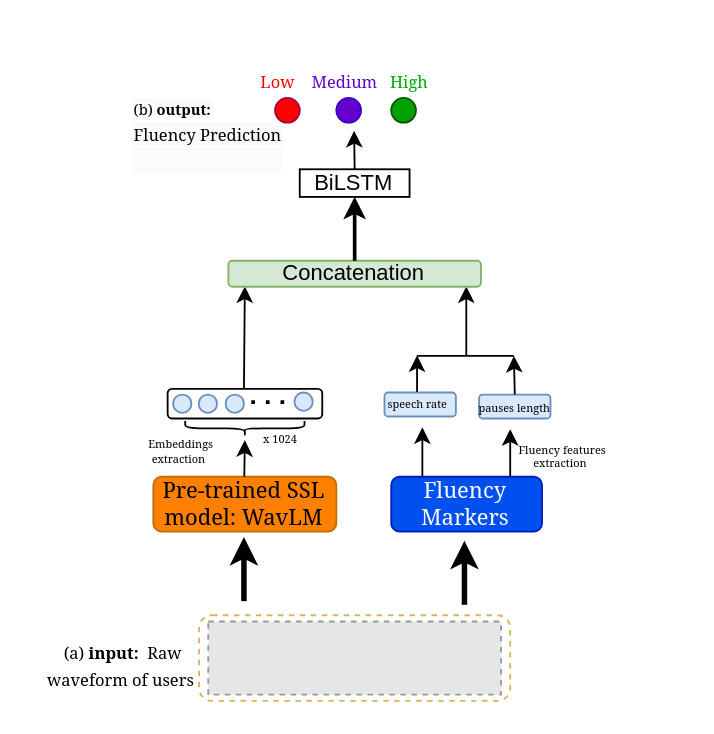
The draw.io diagram page "E2E-fluency-Journal" (2 of 3) of End-2-End-Fluency-sslmodel.drawio in papasega/Applied-Deep-Learning, before the edit. Source tidied: cells renumbered, new cells numbered last; positions are measured from the earlier drawing's top-left corner, leaving out a move shared by most shapes. Both pictures are drawn from the tidied source at 183%, with x=0, y=0 at pixel (31, 57). Pictures stored in the file or linked from it are replaced by grey dashed boxes.
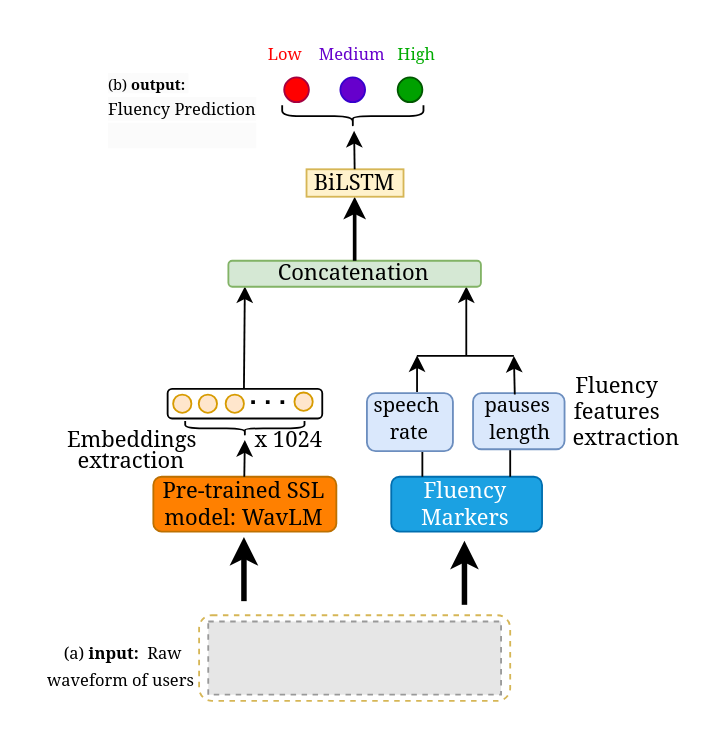
The same diagram, later.

Commit message (it also covers changes not shown here):
Mettre à jour End-2-End-Fluency-sslmodel.drawio

Diff of the diagram source:
```diff
@@
     <mxCell id="6" style="ellipse;whiteSpace=wrap;html=1;fillColor=#FF0000;strokeColor=#A50040;fontColor=#ffffff;" parent="1" vertex="1">
-      <mxGeometry x="132.8" y="22" width="13.5" height="13.5" as="geometry" />
+      <mxGeometry x="137.8" y="10.8" width="13.5" height="13.5" as="geometry" />
     </mxCell>
     <mxCell id="7" value="&lt;font style=&quot;font-size: 9px; font-family: Georgia; background-color: initial;&quot; color=&quot;#ff0000&quot;&gt;Low&amp;nbsp; &amp;nbsp;&lt;/font&gt;&lt;span style=&quot;font-size: 9px; font-family: Georgia; background-color: initial;&quot;&gt; &lt;/span&gt;&lt;font style=&quot;font-size: 9px; font-family: Georgia; background-color: initial;&quot; color=&quot;#6600cc&quot;&gt;Medium&amp;nbsp;&amp;nbsp;&lt;/font&gt;&lt;span style=&quot;font-size: 9px; font-family: Georgia; background-color: initial;&quot;&gt; &lt;/span&gt;&lt;font style=&quot;font-size: 9px; font-family: Georgia; background-color: initial;&quot; color=&quot;#00ab00&quot;&gt;High&lt;/font&gt;" style="text;html=1;align=center;verticalAlign=middle;whiteSpace=wrap;rounded=0;" parent="1" vertex="1">
-      <mxGeometry x="120.3" width="102" height="25.5" as="geometry" />
+      <mxGeometry x="123.7" y="-14.8" width="102" height="25.5" as="geometry" />
     </mxCell>
-    <mxCell id="8" value="&lt;font face=&quot;Georgia&quot; style=&quot;font-size: 12px;&quot;&gt;Pre-trained SSL model:&amp;nbsp;&lt;/font&gt;&lt;span style=&quot;font-family: Georgia; background-color: initial;&quot;&gt;WavLM&lt;/span&gt;" style="rounded=1;whiteSpace=wrap;html=1;fillColor=#FF8000;strokeColor=#BD7000;fontColor=#000000;rotation=0;" parent="1" vertex="1">
+    <mxCell id="8" value="&lt;font face=&quot;Georgia&quot;&gt;&lt;font style=&quot;font-size: 12px;&quot;&gt;Pre-trained SSL model:&amp;nbsp;&lt;/font&gt;&lt;span style=&quot;background-color: initial;&quot;&gt;WavLM&lt;/span&gt;&lt;/font&gt;" style="rounded=1;whiteSpace=wrap;html=1;fillColor=#FF8000;strokeColor=#BD7000;fontColor=#000000;rotation=0;" parent="1" vertex="1">
       <mxGeometry x="66.3" y="229" width="100" height="30" as="geometry" />
     </mxCell>
@@
-    <mxCell id="10" value="&lt;font face=&quot;Georgia&quot; style=&quot;font-size: 12px;&quot;&gt;Fluency Markers&lt;/font&gt;" style="rounded=1;whiteSpace=wrap;html=1;fillColor=#0050ef;strokeColor=#001DBC;rotation=0;fontColor=#ffffff;" parent="1" vertex="1">
+    <mxCell id="10" value="&lt;font face=&quot;Georgia&quot; style=&quot;font-size: 12px;&quot;&gt;Fluency Markers&lt;/font&gt;" style="rounded=1;whiteSpace=wrap;html=1;fillColor=#1ba1e2;strokeColor=#006EAF;rotation=0;fontColor=#ffffff;" parent="1" vertex="1">
       <mxGeometry x="196.3" y="229" width="82.4" height="30" as="geometry" />
     </mxCell>
@@
-    <mxCell id="13" style="ellipse;whiteSpace=wrap;html=1;fillColor=#dae8fc;strokeColor=#6c8ebf;" parent="1" vertex="1">
+    <mxCell id="13" style="ellipse;whiteSpace=wrap;html=1;fillColor=#ffe6cc;strokeColor=#d79b00;" parent="1" vertex="1">
       <mxGeometry x="143.4" y="183" width="10" height="10" as="geometry" />
     </mxCell>
-    <mxCell id="14" style="ellipse;whiteSpace=wrap;html=1;fillColor=#dae8fc;strokeColor=#6c8ebf;" parent="1" vertex="1">
+    <mxCell id="14" style="ellipse;whiteSpace=wrap;html=1;fillColor=#ffe6cc;strokeColor=#d79b00;" parent="1" vertex="1">
       <mxGeometry x="105.8" y="184.1" width="10" height="10" as="geometry" />
     </mxCell>
-    <mxCell id="15" style="ellipse;whiteSpace=wrap;html=1;fillColor=#dae8fc;strokeColor=#6c8ebf;" parent="1" vertex="1">
+    <mxCell id="15" style="ellipse;whiteSpace=wrap;html=1;fillColor=#ffe6cc;strokeColor=#d79b00;" parent="1" vertex="1">
       <mxGeometry x="91.1" y="184.1" width="10" height="10" as="geometry" />
     </mxCell>
@@
-    <mxCell id="17" style="ellipse;whiteSpace=wrap;html=1;fillColor=#dae8fc;strokeColor=#6c8ebf;" parent="1" vertex="1">
+    <mxCell id="17" style="ellipse;whiteSpace=wrap;html=1;fillColor=#ffe6cc;strokeColor=#d79b00;" parent="1" vertex="1">
       <mxGeometry x="77.1" y="184.1" width="10" height="10" as="geometry" />
     </mxCell>
-    <mxCell id="18" value="&lt;font style=&quot;font-size: 6px;&quot;&gt;&lt;font style=&quot;&quot; face=&quot;Georgia&quot;&gt;Embeddings&amp;nbsp;&lt;br&gt;&lt;/font&gt;&lt;br&gt;&lt;/font&gt;" style="text;html=1;align=center;verticalAlign=middle;whiteSpace=wrap;rounded=0;" parent="1" vertex="1">
-      <mxGeometry x="61.6" y="214" width="40.9" height="6" as="geometry" />
+    <mxCell id="18" value="&lt;font style=&quot;&quot;&gt;&lt;font style=&quot;font-size: 12px;&quot; face=&quot;Georgia&quot;&gt;Embeddings&amp;nbsp;&lt;br&gt;&lt;/font&gt;&lt;br&gt;&lt;/font&gt;" style="text;html=1;align=center;verticalAlign=middle;whiteSpace=wrap;rounded=0;" parent="1" vertex="1">
+      <mxGeometry x="36.2" y="213" width="40.9" height="6" as="geometry" />
     </mxCell>
@@
     <mxCell id="20" style="rounded=1;whiteSpace=wrap;html=1;rotation=0;fillColor=#dae8fc;strokeColor=#6c8ebf;" parent="1" vertex="1">
-      <mxGeometry x="192.6" y="183" width="39" height="13.1" as="geometry" />
+      <mxGeometry x="183" y="183.3" width="47" height="31.7" as="geometry" />
     </mxCell>
@@
-    <mxCell id="22" value="&lt;font style=&quot;font-size: 6px;&quot; face=&quot;Georgia&quot;&gt;x 1024&lt;/font&gt;" style="text;html=1;align=center;verticalAlign=middle;whiteSpace=wrap;rounded=0;" parent="1" vertex="1">
-      <mxGeometry x="124.3" y="201.5" width="24" height="11.5" as="geometry" />
+    <mxCell id="22" value="&lt;font style=&quot;font-size: 12px;&quot; face=&quot;Georgia&quot;&gt;x 1024&lt;/font&gt;" style="text;html=1;align=center;verticalAlign=middle;whiteSpace=wrap;rounded=0;" parent="1" vertex="1">
+      <mxGeometry x="120.3" y="203" width="40.7" height="11.5" as="geometry" />
     </mxCell>
-    <mxCell id="23" value="&lt;font style=&quot;font-size: 6px;&quot; face=&quot;Georgia&quot;&gt;speech rate&lt;/font&gt;" style="text;html=1;align=center;verticalAlign=middle;whiteSpace=wrap;rounded=0;" parent="1" vertex="1">
-      <mxGeometry x="189.6" y="182.7" width="42" height="10.3" as="geometry" />
+    <mxCell id="23" value="&lt;font style=&quot;font-size: 11px;&quot; face=&quot;Georgia&quot;&gt;speech&amp;nbsp;&lt;/font&gt;&lt;div&gt;&lt;font style=&quot;font-size: 11px;&quot; face=&quot;Georgia&quot;&gt;rate&lt;/font&gt;&lt;/div&gt;" style="text;html=1;align=center;verticalAlign=middle;whiteSpace=wrap;rounded=0;" parent="1" vertex="1">
+      <mxGeometry x="174.1" y="192" width="65" height="10.3" as="geometry" />
     </mxCell>
@@
     <mxCell id="25" style="rounded=1;whiteSpace=wrap;html=1;rotation=0;fillColor=#dae8fc;strokeColor=#6c8ebf;" parent="1" vertex="1">
-      <mxGeometry x="244.3" y="184.1" width="39" height="13.1" as="geometry" />
+      <mxGeometry x="241" y="183.3" width="50" height="30.7" as="geometry" />
     </mxCell>
-    <mxCell id="26" value="&lt;font style=&quot;font-size: 6px;&quot; face=&quot;Georgia&quot;&gt;pauses length&lt;/font&gt;" style="text;html=1;align=center;verticalAlign=middle;whiteSpace=wrap;rounded=0;" parent="1" vertex="1">
-      <mxGeometry x="242.8" y="184.4" width="42" height="10.3" as="geometry" />
+    <mxCell id="26" value="&lt;font style=&quot;font-size: 11px;&quot; face=&quot;Georgia&quot;&gt;pauses&amp;nbsp;&lt;/font&gt;&lt;div&gt;&lt;font style=&quot;font-size: 11px;&quot; face=&quot;Georgia&quot;&gt;length&lt;/font&gt;&lt;/div&gt;" style="text;html=1;align=center;verticalAlign=middle;whiteSpace=wrap;rounded=0;" parent="1" vertex="1">
+      <mxGeometry x="230.3" y="192" width="73.6" height="9.7" as="geometry" />
     </mxCell>
-    <mxCell id="27" value="&lt;font face=&quot;Georgia&quot; style=&quot;font-size: 6px;&quot;&gt;Fluency features&amp;nbsp;&lt;/font&gt;&lt;div&gt;&lt;br&gt;&lt;/div&gt;" style="text;html=1;align=center;verticalAlign=middle;whiteSpace=wrap;rounded=0;" parent="1" vertex="1">
-      <mxGeometry x="261.3" y="217" width="60.2" height="6" as="geometry" />
+    <mxCell id="27" value="&lt;font face=&quot;Georgia&quot; style=&quot;font-size: 12px;&quot;&gt;Fluency&amp;nbsp;&lt;/font&gt;&lt;div&gt;&lt;font face=&quot;Georgia&quot; style=&quot;font-size: 12px;&quot;&gt;features&amp;nbsp;&lt;/font&gt;&lt;div&gt;&lt;br&gt;&lt;/div&gt;&lt;/div&gt;" style="text;html=1;align=center;verticalAlign=middle;whiteSpace=wrap;rounded=0;rotation=0;" parent="1" vertex="1">
+      <mxGeometry x="286.6" y="183.3" width="69" height="22" as="geometry" />
     </mxCell>
-    <mxCell id="28" value="&lt;div&gt;&lt;font face=&quot;Georgia&quot;&gt;&lt;span style=&quot;font-size: 6px;&quot;&gt;extraction&lt;/span&gt;&lt;/font&gt;&lt;/div&gt;" style="text;html=1;align=center;verticalAlign=middle;whiteSpace=wrap;rounded=0;" parent="1" vertex="1">
-      <mxGeometry x="259.3" y="217" width="60.2" height="6" as="geometry" />
+    <mxCell id="28" value="&lt;div&gt;&lt;font style=&quot;font-size: 12px;&quot; face=&quot;Georgia&quot;&gt;extraction&lt;/font&gt;&lt;/div&gt;" style="text;html=1;align=center;verticalAlign=middle;whiteSpace=wrap;rounded=0;" parent="1" vertex="1">
+      <mxGeometry x="295.4" y="205.3" width="60.2" height="6" as="geometry" />
     </mxCell>
-    <mxCell id="29" value="&lt;div&gt;&lt;font face=&quot;Georgia&quot;&gt;&lt;span style=&quot;font-size: 6px;&quot;&gt;extraction&lt;/span&gt;&lt;/font&gt;&lt;/div&gt;" style="text;html=1;align=center;verticalAlign=middle;whiteSpace=wrap;rounded=0;" parent="1" vertex="1">
-      <mxGeometry x="61" y="215" width="39" height="5" as="geometry" />
+    <mxCell id="29" value="&lt;div&gt;&lt;font style=&quot;font-size: 12px;&quot; face=&quot;Georgia&quot;&gt;extraction&lt;/font&gt;&lt;/div&gt;" style="text;html=1;align=center;verticalAlign=middle;whiteSpace=wrap;rounded=0;" parent="1" vertex="1">
+      <mxGeometry x="35.1" y="218" width="39" height="5" as="geometry" />
     </mxCell>
@@
-    <mxCell id="35" value="Concatenation" style="rounded=1;whiteSpace=wrap;html=1;rotation=0;fillColor=#d5e8d4;strokeColor=#82b366;" parent="1" vertex="1">
+    <mxCell id="35" value="&lt;font face=&quot;Georgia&quot;&gt;Concatenation&lt;/font&gt;" style="rounded=1;whiteSpace=wrap;html=1;rotation=0;fillColor=#d5e8d4;strokeColor=#82b366;" parent="1" vertex="1">
       <mxGeometry x="107.3" y="111" width="138" height="14.2" as="geometry" />
     </mxCell>
@@
-    <mxCell id="37" value="BiLSTM" style="rounded=0;whiteSpace=wrap;html=1;" parent="1" vertex="1">
-      <mxGeometry x="146.3" y="61" width="60" height="15.1" as="geometry" />
+    <mxCell id="37" value="&lt;font face=&quot;Georgia&quot;&gt;BiLSTM&lt;/font&gt;" style="rounded=0;whiteSpace=wrap;html=1;fillColor=#fff2cc;strokeColor=#d6b656;" parent="1" vertex="1">
+      <mxGeometry x="150" y="61" width="53" height="15" as="geometry" />
     </mxCell>
@@
     <mxCell id="39" value="&lt;font style=&quot;font-size: 8px;&quot;&gt;&lt;font face=&quot;Georgia&quot; style=&quot;forced-color-adjust: none; color: rgb(0, 0, 0); font-style: normal; font-variant-ligatures: normal; font-variant-caps: normal; font-weight: 400; letter-spacing: normal; orphans: 2; text-align: center; text-indent: 0px; text-transform: none; widows: 2; word-spacing: 0px; -webkit-text-stroke-width: 0px; white-space: normal; background-color: rgb(251, 251, 251); text-decoration-thickness: initial; text-decoration-style: initial; text-decoration-color: initial;&quot;&gt;(b)&amp;nbsp;&lt;/font&gt;&lt;b style=&quot;forced-color-adjust: none; color: rgb(0, 0, 0); font-style: normal; font-variant-ligatures: normal; font-variant-caps: normal; letter-spacing: normal; orphans: 2; text-align: center; text-indent: 0px; text-transform: none; widows: 2; word-spacing: 0px; -webkit-text-stroke-width: 0px; white-space: normal; background-color: rgb(251, 251, 251); text-decoration-thickness: initial; text-decoration-style: initial; text-decoration-color: initial; font-family: Georgia;&quot;&gt;output:&lt;/b&gt;&lt;font face=&quot;Georgia&quot; style=&quot;forced-color-adjust: none; color: rgb(0, 0, 0); font-style: normal; font-variant-ligatures: normal; font-variant-caps: normal; font-weight: 400; letter-spacing: normal; orphans: 2; text-align: center; text-indent: 0px; text-transform: none; widows: 2; word-spacing: 0px; -webkit-text-stroke-width: 0px; white-space: normal; background-color: rgb(251, 251, 251); text-decoration-thickness: initial; text-decoration-style: initial; text-decoration-color: initial;&quot;&gt;&amp;nbsp;&lt;/font&gt;&lt;/font&gt;&lt;div&gt;&lt;font face=&quot;Georgia&quot; style=&quot;forced-color-adjust: none; color: rgb(0, 0, 0); font-style: normal; font-variant-ligatures: normal; font-variant-caps: normal; font-weight: 400; letter-spacing: normal; orphans: 2; text-align: center; text-indent: 0px; text-transform: none; widows: 2; word-spacing: 0px; -webkit-text-stroke-width: 0px; white-space: normal; background-color: rgb(251, 251, 251); text-decoration-thickness: initial; text-decoration-style: initial; text-decoration-color: initial; font-size: 9px;&quot;&gt;Fluency&lt;/font&gt;&lt;font face=&quot;Georgia&quot; style=&quot;forced-color-adjust: none; color: rgb(0, 0, 0); font-style: normal; font-variant-ligatures: normal; font-variant-caps: normal; font-weight: 400; letter-spacing: normal; orphans: 2; text-align: center; text-indent: 0px; text-transform: none; widows: 2; word-spacing: 0px; -webkit-text-stroke-width: 0px; white-space: normal; background-color: rgb(251, 251, 251); text-decoration-thickness: initial; text-decoration-style: initial; text-decoration-color: initial; font-size: 9px;&quot;&gt; Prediction&lt;/font&gt;&lt;div style=&quot;forced-color-adjust: none; color: rgb(0, 0, 0); font-family: Helvetica; font-size: 12px; font-style: normal; font-variant-ligatures: normal; font-variant-caps: normal; font-weight: 400; letter-spacing: normal; orphans: 2; text-align: center; text-indent: 0px; text-transform: none; widows: 2; word-spacing: 0px; -webkit-text-stroke-width: 0px; white-space: normal; background-color: rgb(251, 251, 251); text-decoration-thickness: initial; text-decoration-style: initial; text-decoration-color: initial;&quot;&gt;&lt;br&gt;&lt;/div&gt;&lt;/div&gt;" style="text;whiteSpace=wrap;html=1;" parent="1" vertex="1">
-      <mxGeometry x="54.4" y="14.2" width="83.3" height="35" as="geometry" />
+      <mxGeometry x="40.4" width="83.3" height="35" as="geometry" />
     </mxCell>
     <mxCell id="40" style="ellipse;whiteSpace=wrap;html=1;fillColor=#6600CC;strokeColor=#3700CC;fontColor=#ffffff;" parent="1" vertex="1">
-      <mxGeometry x="166.3" y="22" width="13.5" height="13.5" as="geometry" />
+      <mxGeometry x="168.5" y="10.8" width="13.5" height="13.5" as="geometry" />
     </mxCell>
     <mxCell id="41" style="ellipse;whiteSpace=wrap;html=1;fillColor=#00A100;strokeColor=#005700;fontColor=#ffffff;" parent="1" vertex="1">
-      <mxGeometry x="196.3" y="22" width="13.5" height="13.5" as="geometry" />
+      <mxGeometry x="199.8" y="10.8" width="13.5" height="13.5" as="geometry" />
     </mxCell>
+    <mxCell id="42" style="shape=curlyBracket;whiteSpace=wrap;html=1;rounded=1;labelPosition=left;verticalLabelPosition=middle;align=right;verticalAlign=middle;rotation=-90;" parent="1" vertex="1">
+      <mxGeometry x="169.3" y="-6.6" width="12" height="77.2" as="geometry" />
+    </mxCell>
```
